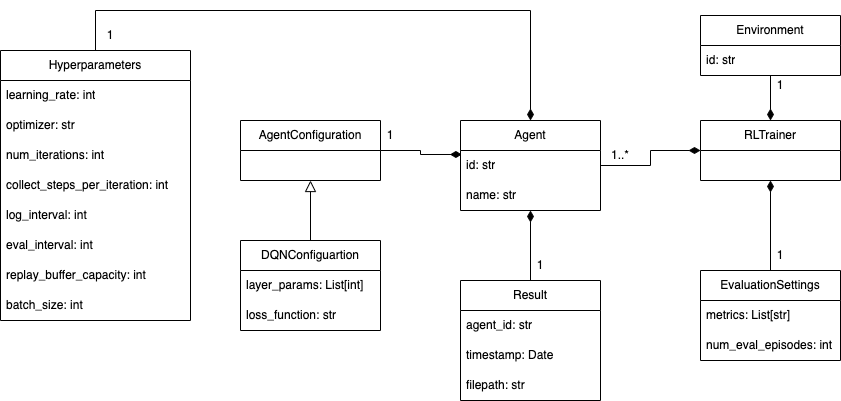
danielcesario22/BSP5 keeps this draw.io diagram as doc/source/img/rl_metamodel.png. Above is the earlier version. Source tidied: cells renumbered, new cells last; positions are measured from the earlier drawing's top-left corner, leaving out a move shared by most shapes.
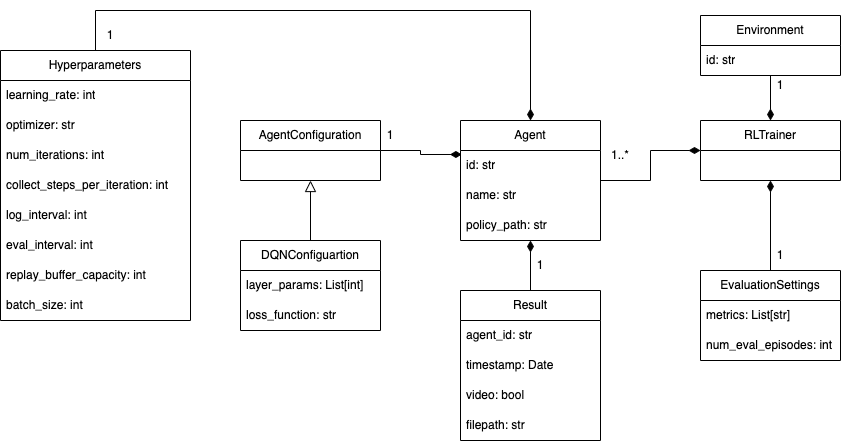
The same diagram one commit later.

The edit, as a diff of the source:
```diff
@@ -12,7 +12,7 @@
       <mxGeometry relative="1" as="geometry" />
     </mxCell>
     <mxCell id="5" value="Agent" style="swimlane;fontStyle=0;horizontal=1;startSize=30;whiteSpace=wrap;html=1;" parent="1" vertex="1">
-      <mxGeometry x="460" y="110" width="140" height="90" as="geometry" />
+      <mxGeometry x="460" y="110" width="140" height="120" as="geometry" />
     </mxCell>
     <mxCell id="6" value="id: str" style="text;strokeColor=none;fillColor=none;align=left;verticalAlign=middle;spacingLeft=4;spacingRight=4;overflow=hidden;points=[[0,0.5],[1,0.5]];portConstraint=eastwest;whiteSpace=wrap;html=1;" parent="5" vertex="1">
       <mxGeometry y="30" width="140" height="30" as="geometry" />
@@ -20,6 +20,9 @@
     <mxCell id="7" value="name: str" style="text;strokeColor=none;fillColor=none;align=left;verticalAlign=middle;spacingLeft=4;spacingRight=4;overflow=hidden;whiteSpace=wrap;html=1;" parent="5" vertex="1">
       <mxGeometry y="60" width="140" height="30" as="geometry" />
     </mxCell>
+    <mxCell id="41" value="policy_path: str" style="text;strokeColor=none;fillColor=none;align=left;verticalAlign=middle;spacingLeft=4;spacingRight=4;overflow=hidden;whiteSpace=wrap;html=1;" parent="5" vertex="1">
+      <mxGeometry y="90" width="140" height="30" as="geometry" />
+    </mxCell>
     <mxCell id="8" style="edgeStyle=orthogonalEdgeStyle;rounded=0;jettySize=auto;html=1;entryX=0.5;entryY=0;entryDx=0;entryDy=0;endSize=9;endArrow=diamondThin;endFill=1;" parent="1" edge="1" source="9" target="2">
       <mxGeometry relative="1" as="geometry" />
     </mxCell>
@@ -95,7 +98,7 @@
       <mxGeometry y="60" width="140" height="30" as="geometry" />
     </mxCell>
     <mxCell id="31" value="Result" style="swimlane;fontStyle=0;horizontal=1;startSize=30;whiteSpace=wrap;html=1;" parent="1" vertex="1">
-      <mxGeometry x="460" y="270" width="140" height="120" as="geometry" />
+      <mxGeometry x="460" y="280" width="140" height="150" as="geometry" />
     </mxCell>
     <mxCell id="32" value="agent_id: str" style="text;strokeColor=none;fillColor=none;align=left;verticalAlign=middle;spacingLeft=4;spacingRight=4;overflow=hidden;whiteSpace=wrap;html=1;" parent="31" vertex="1">
       <mxGeometry y="30" width="140" height="30" as="geometry" />
@@ -103,8 +106,11 @@
     <mxCell id="33" value="timestamp: Date" style="text;strokeColor=none;fillColor=none;align=left;verticalAlign=middle;spacingLeft=4;spacingRight=4;overflow=hidden;whiteSpace=wrap;html=1;" parent="31" vertex="1">
       <mxGeometry y="60" width="140" height="30" as="geometry" />
     </mxCell>
+    <mxCell id="42" value="video: bool" style="text;strokeColor=none;fillColor=none;align=left;verticalAlign=middle;spacingLeft=4;spacingRight=4;overflow=hidden;whiteSpace=wrap;html=1;" parent="31" vertex="1">
+      <mxGeometry y="90" width="140" height="30" as="geometry" />
+    </mxCell>
     <mxCell id="34" value="filepath: str" style="text;strokeColor=none;fillColor=none;align=left;verticalAlign=middle;spacingLeft=4;spacingRight=4;overflow=hidden;whiteSpace=wrap;html=1;" parent="31" vertex="1">
-      <mxGeometry y="90" width="140" height="30" as="geometry" />
+      <mxGeometry y="120" width="140" height="30" as="geometry" />
     </mxCell>
     <mxCell id="35" value="1" style="text;html=1;align=center;verticalAlign=middle;whiteSpace=wrap;rounded=0;" parent="1" vertex="1">
       <mxGeometry x="510" y="240" width="60" height="30" as="geometry" />
```
